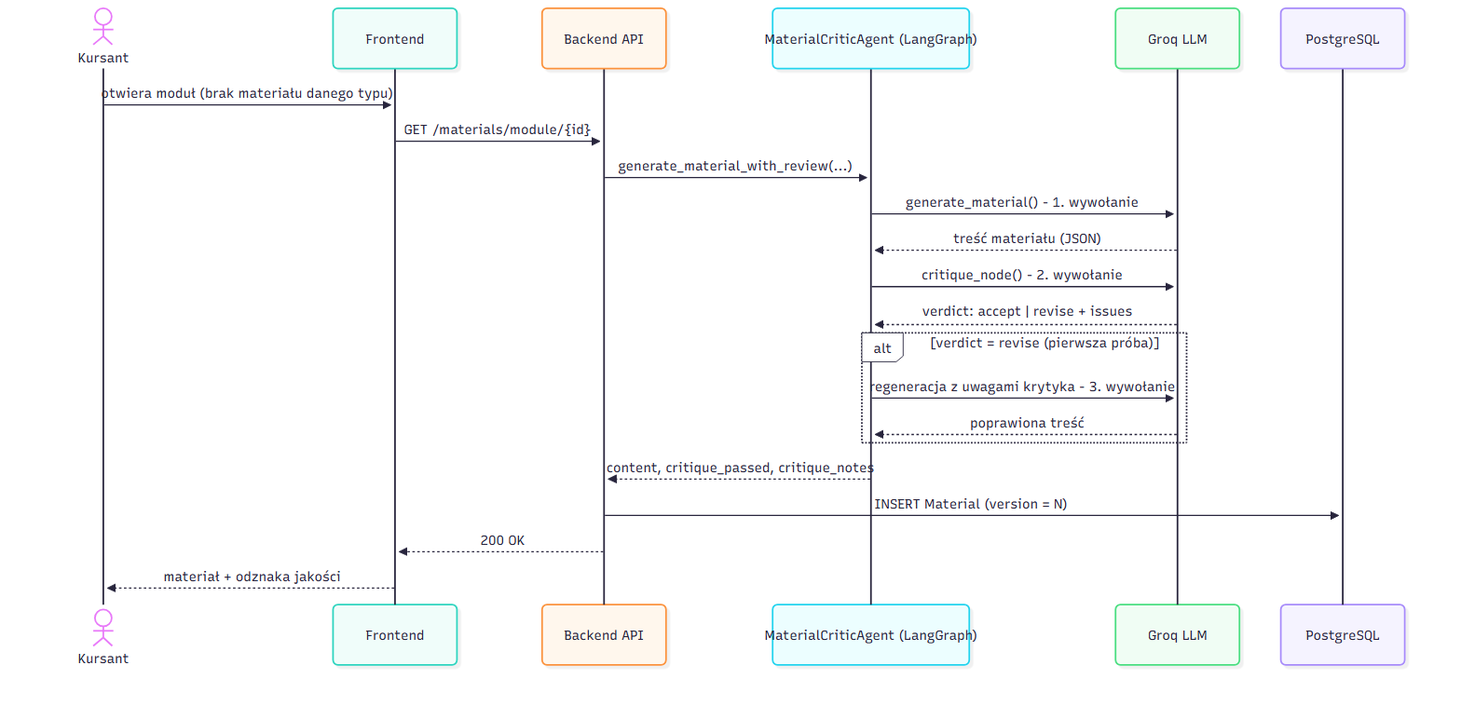
Earlier version of the Mermaid export docs/diagrams/seq-02_agent-generator-krytyk.png (guzik1234/Bachelor-of-Engineering-Thesis). Its source is kept beside it as docs/diagrams/src/seq-02_agent-generator-krytyk.mmd.
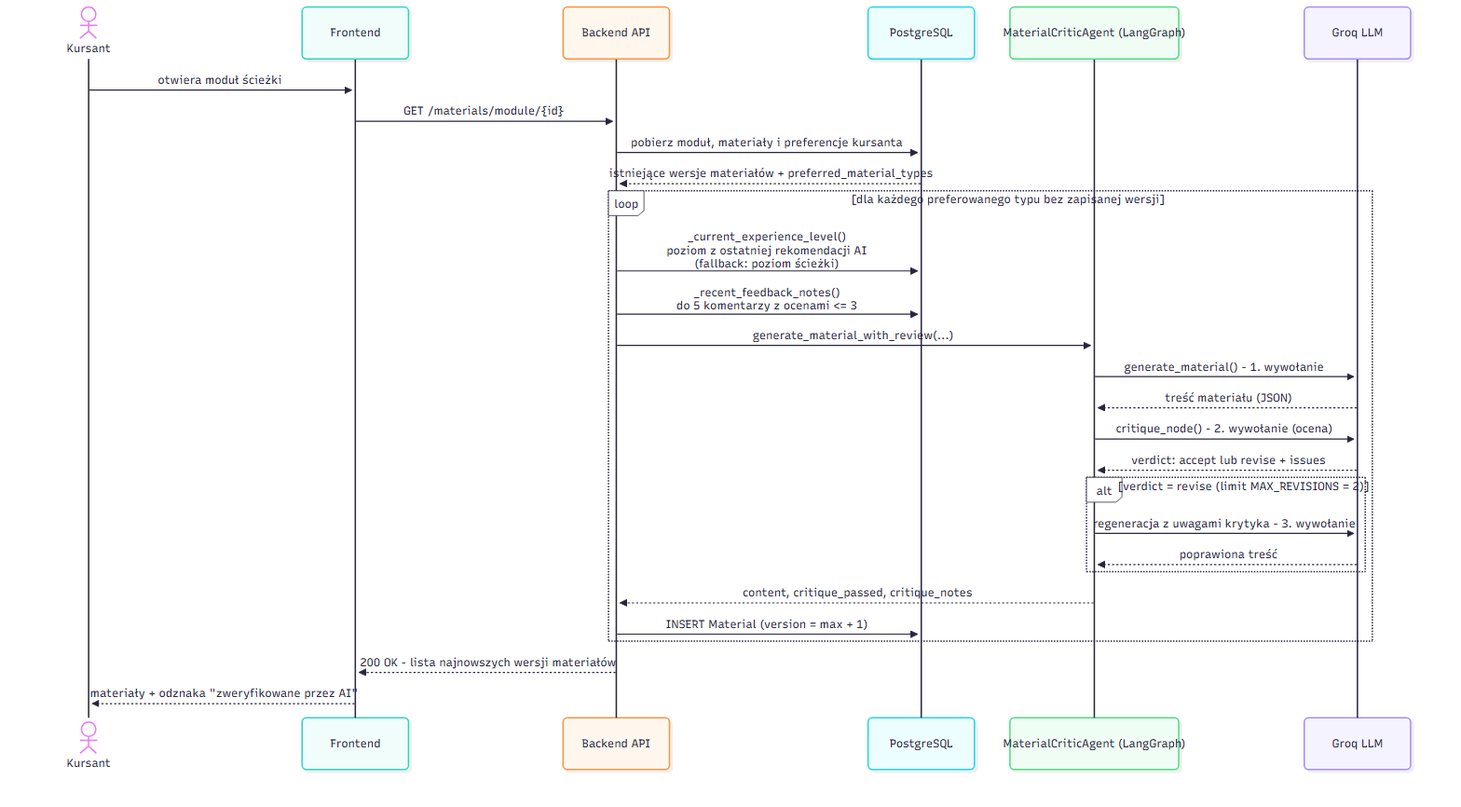
Above is the later version.

Change to the diagram source:
```diff
@@ -2,22 +2,30 @@
     actor K as Kursant
     participant FE as Frontend
     participant API as Backend API
+    participant DB as PostgreSQL
     participant AG as MaterialCriticAgent (LangGraph)
     participant LLM as Groq LLM
-    participant DB as PostgreSQL
 
-    K->>FE: otwiera moduł (brak materiału danego typu)
+    K->>FE: otwiera moduł ścieżki
     FE->>API: GET /materials/module/{id}
-    API->>AG: generate_material_with_review(...)
-    AG->>LLM: generate_material() - 1. wywołanie
-    LLM-->>AG: treść materiału (JSON)
-    AG->>LLM: critique_node() - 2. wywołanie
-    LLM-->>AG: verdict: accept | revise + issues
-    alt verdict = revise (pierwsza próba)
-        AG->>LLM: regeneracja z uwagami krytyka - 3. wywołanie
-        LLM-->>AG: poprawiona treść
+    API->>DB: pobierz moduł, materiały i preferencje kursanta
+    DB-->>API: istniejące wersje materiałów + preferred_material_types
+
+    loop dla każdego preferowanego typu bez zapisanej wersji
+        API->>DB: _current_experience_level()<br/>poziom z ostatniej rekomendacji AI<br/>(fallback: poziom ścieżki)
+        API->>DB: _recent_feedback_notes()<br/>do 5 komentarzy z ocenami <= 3
+        API->>AG: generate_material_with_review(...)
+        AG->>LLM: generate_material() - 1. wywołanie
+        LLM-->>AG: treść materiału (JSON)
+        AG->>LLM: critique_node() - 2. wywołanie (ocena)
+        LLM-->>AG: verdict: accept lub revise + issues
+        alt verdict = revise (limit MAX_REVISIONS = 2)
+            AG->>LLM: regeneracja z uwagami krytyka - 3. wywołanie
+            LLM-->>AG: poprawiona treść
+        end
+        AG-->>API: content, critique_passed, critique_notes
+        API->>DB: INSERT Material (version = max + 1)
     end
-    AG-->>API: content, critique_passed, critique_notes
-    API->>DB: INSERT Material (version = N)
-    API-->>FE: 200 OK
-    FE-->>K: materiał + odznaka jakości
+
+    API-->>FE: 200 OK - lista najnowszych wersji materiałów
+    FE-->>K: materiały + odznaka "zweryfikowane przez AI"
```
